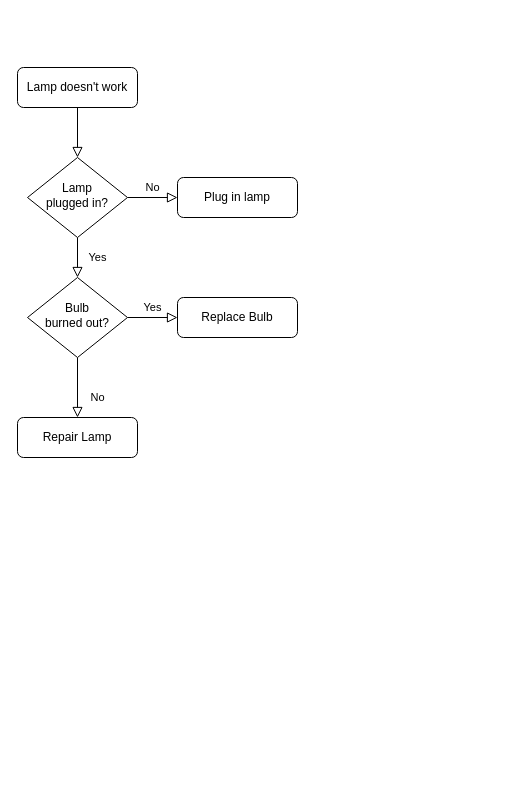
Above: NWSC.drawio in Ekocms/blank-app (draw.io), before the change. Source tidied: cells renumbered, new cells numbered last; positions are measured from the earlier drawing's top-left corner, leaving out a move shared by most shapes. Both pictures are drawn from the tidied source at 100%, with x=0, y=0 at pixel (17, 67).
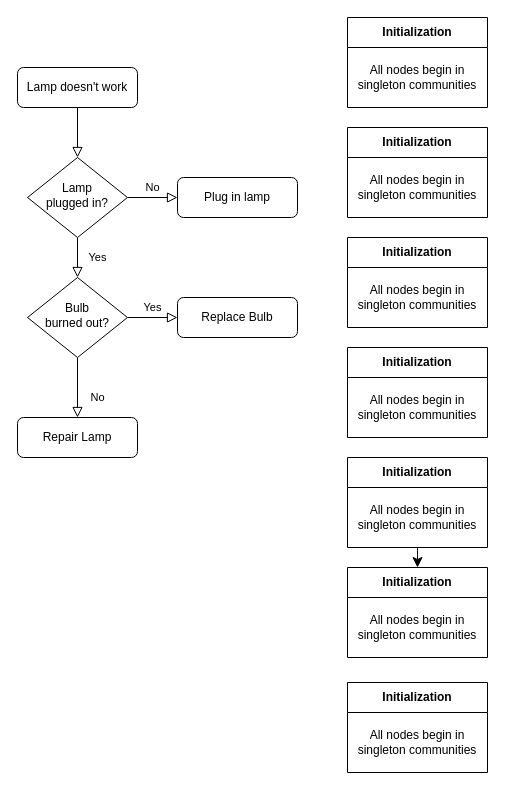
The same diagram, later.

Diff of the diagram source:
```diff
@@
+    <mxCell id="13" value="&lt;b&gt;Initialization&lt;/b&gt;" style="swimlane;fontStyle=0;horizontal=1;startSize=30;whiteSpace=wrap;html=1;" parent="1" vertex="1">
+      <mxGeometry x="330" y="-50" width="140" height="90" as="geometry" />
+    </mxCell>
+    <mxCell id="14" value="All nodes begin in singleton communities" style="text;strokeColor=none;fillColor=none;align=center;verticalAlign=middle;spacingLeft=4;spacingRight=4;overflow=hidden;whiteSpace=wrap;html=1;" parent="13" vertex="1">
+      <mxGeometry y="30" width="140" height="60" as="geometry" />
+    </mxCell>
+    <mxCell id="15" value="&lt;b&gt;Initialization&lt;/b&gt;" style="swimlane;fontStyle=0;horizontal=1;startSize=30;whiteSpace=wrap;html=1;" parent="1" vertex="1">
+      <mxGeometry x="330" y="60" width="140" height="90" as="geometry" />
+    </mxCell>
+    <mxCell id="16" value="All nodes begin in singleton communities" style="text;strokeColor=none;fillColor=none;align=center;verticalAlign=middle;spacingLeft=4;spacingRight=4;overflow=hidden;whiteSpace=wrap;html=1;" parent="15" vertex="1">
+      <mxGeometry y="30" width="140" height="60" as="geometry" />
+    </mxCell>
+    <mxCell id="17" value="&lt;b&gt;Initialization&lt;/b&gt;" style="swimlane;fontStyle=0;horizontal=1;startSize=30;whiteSpace=wrap;html=1;" parent="1" vertex="1">
+      <mxGeometry x="330" y="170" width="140" height="90" as="geometry" />
+    </mxCell>
+    <mxCell id="18" value="All nodes begin in singleton communities" style="text;strokeColor=none;fillColor=none;align=center;verticalAlign=middle;spacingLeft=4;spacingRight=4;overflow=hidden;whiteSpace=wrap;html=1;" parent="17" vertex="1">
+      <mxGeometry y="30" width="140" height="60" as="geometry" />
+    </mxCell>
+    <mxCell id="19" value="&lt;b&gt;Initialization&lt;/b&gt;" style="swimlane;fontStyle=0;horizontal=1;startSize=30;whiteSpace=wrap;html=1;" parent="1" vertex="1">
+      <mxGeometry x="330" y="280" width="140" height="90" as="geometry" />
+    </mxCell>
+    <mxCell id="20" value="All nodes begin in singleton communities" style="text;strokeColor=none;fillColor=none;align=center;verticalAlign=middle;spacingLeft=4;spacingRight=4;overflow=hidden;whiteSpace=wrap;html=1;" parent="19" vertex="1">
+      <mxGeometry y="30" width="140" height="60" as="geometry" />
+    </mxCell>
+    <mxCell id="21" value="&lt;b&gt;Initialization&lt;/b&gt;" style="swimlane;fontStyle=0;horizontal=1;startSize=30;whiteSpace=wrap;html=1;" parent="1" vertex="1">
+      <mxGeometry x="330" y="615" width="140" height="90" as="geometry" />
+    </mxCell>
+    <mxCell id="22" value="All nodes begin in singleton communities" style="text;strokeColor=none;fillColor=none;align=center;verticalAlign=middle;spacingLeft=4;spacingRight=4;overflow=hidden;whiteSpace=wrap;html=1;" parent="21" vertex="1">
+      <mxGeometry y="30" width="140" height="60" as="geometry" />
+    </mxCell>
+    <mxCell id="23" value="&lt;b&gt;Initialization&lt;/b&gt;" style="swimlane;fontStyle=0;horizontal=1;startSize=30;whiteSpace=wrap;html=1;" parent="1" vertex="1">
+      <mxGeometry x="330" y="500" width="140" height="90" as="geometry" />
+    </mxCell>
+    <mxCell id="24" value="All nodes begin in singleton communities" style="text;strokeColor=none;fillColor=none;align=center;verticalAlign=middle;spacingLeft=4;spacingRight=4;overflow=hidden;whiteSpace=wrap;html=1;" parent="23" vertex="1">
+      <mxGeometry y="30" width="140" height="60" as="geometry" />
+    </mxCell>
+    <mxCell id="25" style="edgeStyle=none;curved=1;rounded=0;jettySize=auto;html=1;exitX=0.5;exitY=1;exitDx=0;exitDy=0;entryX=0.5;entryY=0;entryDx=0;entryDy=0;fontSize=12;startSize=8;endSize=8;" parent="1" edge="1" source="26" target="23">
+      <mxGeometry relative="1" as="geometry" />
+    </mxCell>
+    <mxCell id="26" value="&lt;b&gt;Initialization&lt;/b&gt;" style="swimlane;fontStyle=0;horizontal=1;startSize=30;whiteSpace=wrap;html=1;" parent="1" vertex="1">
+      <mxGeometry x="330" y="390" width="140" height="90" as="geometry" />
+    </mxCell>
+    <mxCell id="27" value="All nodes begin in singleton communities" style="text;strokeColor=none;fillColor=none;align=center;verticalAlign=middle;spacingLeft=4;spacingRight=4;overflow=hidden;whiteSpace=wrap;html=1;" parent="26" vertex="1">
+      <mxGeometry y="30" width="140" height="60" as="geometry" />
+    </mxCell>
```
